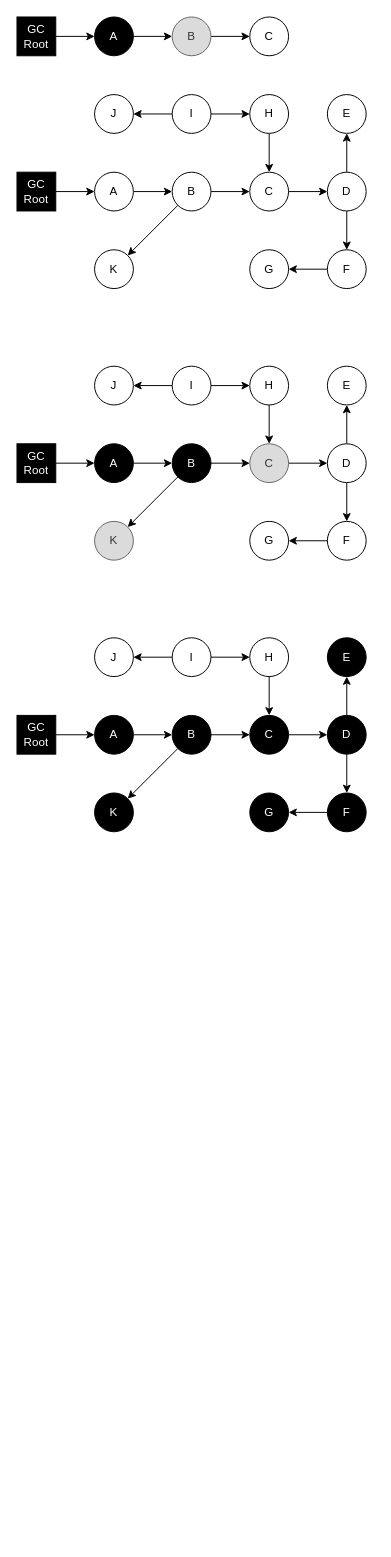
The draw.io diagram 并发的可达性分析/并发的可达性分析.drawio in zero-97/picture-of-the-article, before the edit. Source tidied: cells renumbered, new cells numbered last; positions are measured from the earlier drawing's top-left corner, leaving out a move shared by most shapes. Both pictures are drawn from the tidied source at 97%, with x=0, y=0 at pixel (16, 16).
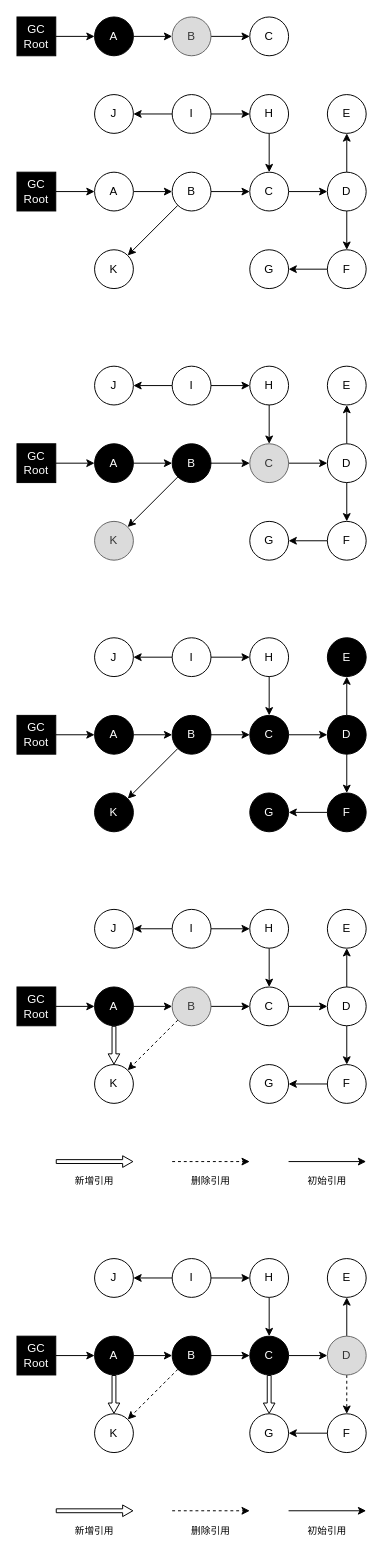
After the change.

Commit message (it also covers changes not shown here):
Update 并发的可达性分析.drawio

Diff of the diagram source:
```diff
@@
+    <mxCell id="78" style="edgeStyle=orthogonalEdgeStyle;rounded=0;jettySize=auto;html=1;" parent="1" edge="1" source="79" target="82">
+      <mxGeometry relative="1" as="geometry" />
+    </mxCell>
+    <mxCell id="79" value="&lt;font color=&quot;#ffffff&quot;&gt;GC Root&lt;/font&gt;" style="whiteSpace=wrap;html=1;fillColor=#000000;" parent="1" vertex="1">
+      <mxGeometry y="1000" width="40" height="40" as="geometry" />
+    </mxCell>
+    <mxCell id="80" style="edgeStyle=orthogonalEdgeStyle;jettySize=auto;html=1;fontColor=#FFFFFF;fontSize=12;fillColor=#000000;" parent="1" edge="1" source="82" target="85">
+      <mxGeometry relative="1" as="geometry" />
+    </mxCell>
+    <mxCell id="81" style="edgeStyle=none;rounded=0;jettySize=auto;html=1;fontColor=#FFFFFF;shape=flexArrow;width=4;endSize=3.186666666666667;endWidth=7;" parent="1" edge="1" source="82" target="95">
+      <mxGeometry relative="1" as="geometry" />
+    </mxCell>
+    <mxCell id="82" value="&lt;font&gt;A&lt;/font&gt;" style="ellipse;whiteSpace=wrap;html=1;fontColor=#FFFFFF;fillColor=#000000;" parent="1" vertex="1">
+      <mxGeometry x="80" y="1000" width="40" height="40" as="geometry" />
+    </mxCell>
+    <mxCell id="83" style="edgeStyle=orthogonalEdgeStyle;rounded=0;jettySize=auto;html=1;fontColor=#000000;" parent="1" edge="1" source="85" target="87">
+      <mxGeometry relative="1" as="geometry" />
+    </mxCell>
+    <mxCell id="84" style="rounded=0;jettySize=auto;html=1;entryX=1;entryY=0;entryDx=0;entryDy=0;fontColor=#000000;dashed=1;" parent="1" edge="1" source="85" target="95">
+      <mxGeometry relative="1" as="geometry" />
+    </mxCell>
+    <mxCell id="85" value="&lt;font&gt;B&lt;/font&gt;" style="ellipse;whiteSpace=wrap;html=1;fontColor=#333333;fillColor=#DBDBDB;strokeColor=#666666;" parent="1" vertex="1">
+      <mxGeometry x="160" y="1000" width="40" height="40" as="geometry" />
+    </mxCell>
+    <mxCell id="86" style="edgeStyle=orthogonalEdgeStyle;jettySize=auto;html=1;fontColor=#000000;fontSize=12;fillColor=#ffffff;" parent="1" edge="1" source="87" target="90">
+      <mxGeometry relative="1" as="geometry" />
+    </mxCell>
+    <mxCell id="87" value="&lt;font&gt;C&lt;/font&gt;" style="ellipse;whiteSpace=wrap;html=1;fontColor=#000000;strokeColor=#000000;fillColor=#ffffff;" parent="1" vertex="1">
+      <mxGeometry x="240" y="1000" width="40" height="40" as="geometry" />
+    </mxCell>
+    <mxCell id="88" style="edgeStyle=orthogonalEdgeStyle;jettySize=auto;html=1;fontColor=#000000;fontSize=12;fillColor=#ffffff;" parent="1" edge="1" source="90" target="91">
+      <mxGeometry relative="1" as="geometry" />
+    </mxCell>
+    <mxCell id="89" style="edgeStyle=orthogonalEdgeStyle;jettySize=auto;html=1;fontColor=#000000;fontSize=12;fillColor=#ffffff;" parent="1" edge="1" source="90" target="93">
+      <mxGeometry relative="1" as="geometry" />
+    </mxCell>
+    <mxCell id="90" value="&lt;font&gt;D&lt;/font&gt;" style="ellipse;whiteSpace=wrap;html=1;fontColor=#000000;fillColor=#ffffff;" parent="1" vertex="1">
+      <mxGeometry x="320" y="1000" width="40" height="40" as="geometry" />
+    </mxCell>
+    <mxCell id="91" value="&lt;font&gt;E&lt;/font&gt;" style="ellipse;whiteSpace=wrap;html=1;fontColor=#000000;fillColor=#ffffff;" parent="1" vertex="1">
+      <mxGeometry x="320" y="920" width="40" height="40" as="geometry" />
+    </mxCell>
+    <mxCell id="92" style="edgeStyle=orthogonalEdgeStyle;jettySize=auto;html=1;fontColor=#000000;fontSize=12;fillColor=#ffffff;" parent="1" edge="1" source="93" target="94">
+      <mxGeometry relative="1" as="geometry" />
+    </mxCell>
+    <mxCell id="93" value="&lt;font&gt;F&lt;/font&gt;" style="ellipse;whiteSpace=wrap;html=1;fontColor=#000000;fillColor=#ffffff;" parent="1" vertex="1">
+      <mxGeometry x="320" y="1080" width="40" height="40" as="geometry" />
+    </mxCell>
+    <mxCell id="94" value="&lt;font&gt;G&lt;/font&gt;" style="ellipse;whiteSpace=wrap;html=1;fontColor=#000000;fillColor=#ffffff;" parent="1" vertex="1">
+      <mxGeometry x="240" y="1080" width="40" height="40" as="geometry" />
+    </mxCell>
+    <mxCell id="95" value="&lt;font&gt;K&lt;/font&gt;" style="ellipse;whiteSpace=wrap;html=1;fontColor=#000000;strokeColor=#000000;fillColor=#ffffff;" parent="1" vertex="1">
+      <mxGeometry x="80" y="1080" width="40" height="40" as="geometry" />
+    </mxCell>
+    <mxCell id="96" style="edgeStyle=none;jettySize=auto;html=1;fontColor=#000000;fontSize=12;fillColor=#ffffff;" parent="1" edge="1" source="97" target="87">
+      <mxGeometry relative="1" as="geometry" />
+    </mxCell>
+    <mxCell id="97" value="H" style="ellipse;whiteSpace=wrap;html=1;fontColor=#000000;" parent="1" vertex="1">
+      <mxGeometry x="240" y="920" width="40" height="40" as="geometry" />
+    </mxCell>
+    <mxCell id="98" style="edgeStyle=none;rounded=0;jettySize=auto;html=1;fontColor=#000000;" parent="1" edge="1" source="100" target="101">
+      <mxGeometry relative="1" as="geometry" />
+    </mxCell>
+    <mxCell id="99" style="edgeStyle=none;rounded=0;jettySize=auto;html=1;fontColor=#000000;" parent="1" edge="1" source="100" target="97">
+      <mxGeometry relative="1" as="geometry" />
+    </mxCell>
+    <mxCell id="100" value="I" style="ellipse;whiteSpace=wrap;html=1;fontColor=#000000;" parent="1" vertex="1">
+      <mxGeometry x="160" y="920" width="40" height="40" as="geometry" />
+    </mxCell>
+    <mxCell id="101" value="J" style="ellipse;whiteSpace=wrap;html=1;fontColor=#000000;" parent="1" vertex="1">
+      <mxGeometry x="80" y="920" width="40" height="40" as="geometry" />
+    </mxCell>
+    <mxCell id="102" style="group;" parent="1" vertex="1">
+      <mxGeometry x="40" y="1180" width="80" height="30" as="geometry" />
+    </mxCell>
+    <mxCell id="103" style="edgeStyle=none;rounded=0;orthogonalLoop=1;jettySize=auto;html=1;fontColor=#FFFFFF;shape=flexArrow;width=4;endSize=3.186666666666667;endWidth=7;" parent="102" edge="1">
+      <mxGeometry relative="1" as="geometry">
+        <mxPoint as="sourcePoint" />
+        <mxPoint x="80" as="targetPoint" />
+      </mxGeometry>
+    </mxCell>
+    <mxCell id="104" value="&lt;font color=&quot;#000000&quot; style=&quot;font-size: 10px&quot;&gt;新增引用&lt;/font&gt;" style="text;html=1;strokeColor=none;fillColor=none;align=center;verticalAlign=middle;whiteSpace=wrap;rounded=0;fontColor=#FFFFFF;" parent="102" vertex="1">
+      <mxGeometry x="10" y="10" width="60" height="20" as="geometry" />
+    </mxCell>
+    <mxCell id="105" style="group;" parent="1" vertex="1">
+      <mxGeometry x="160" y="1180" width="80" height="30" as="geometry" />
+    </mxCell>
+    <mxCell id="106" style="rounded=0;orthogonalLoop=1;jettySize=auto;html=1;fontColor=#000000;dashed=1;" parent="105" edge="1">
+      <mxGeometry relative="1" as="geometry">
+        <mxPoint as="sourcePoint" />
+        <mxPoint x="80" as="targetPoint" />
+      </mxGeometry>
+    </mxCell>
+    <mxCell id="107" value="&lt;font color=&quot;#000000&quot; style=&quot;font-size: 10px&quot;&gt;删除引用&lt;/font&gt;" style="text;html=1;strokeColor=none;fillColor=none;align=center;verticalAlign=middle;whiteSpace=wrap;rounded=0;fontColor=#FFFFFF;" parent="105" vertex="1">
+      <mxGeometry x="10" y="10" width="60" height="20" as="geometry" />
+    </mxCell>
+    <mxCell id="108" style="group;" parent="1" vertex="1">
+      <mxGeometry x="280" y="1180" width="80" height="30" as="geometry" />
+    </mxCell>
+    <mxCell id="109" style="edgeStyle=orthogonalEdgeStyle;orthogonalLoop=1;jettySize=auto;html=1;fontColor=#FFFFFF;fontSize=12;fillColor=#000000;" parent="108" edge="1">
+      <mxGeometry relative="1" as="geometry">
+        <mxPoint as="sourcePoint" />
+        <mxPoint x="80" as="targetPoint" />
+      </mxGeometry>
+    </mxCell>
+    <mxCell id="110" value="&lt;font color=&quot;#000000&quot; style=&quot;font-size: 10px&quot;&gt;初始引用&lt;/font&gt;" style="text;html=1;strokeColor=none;fillColor=none;align=center;verticalAlign=middle;whiteSpace=wrap;rounded=0;fontColor=#FFFFFF;" parent="108" vertex="1">
+      <mxGeometry x="10" y="10" width="60" height="20" as="geometry" />
+    </mxCell>
+    <mxCell id="111" style="edgeStyle=orthogonalEdgeStyle;rounded=0;jettySize=auto;html=1;" parent="1" edge="1" source="112" target="115">
+      <mxGeometry relative="1" as="geometry" />
+    </mxCell>
+    <mxCell id="112" value="&lt;font color=&quot;#ffffff&quot;&gt;GC Root&lt;/font&gt;" style="whiteSpace=wrap;html=1;fillColor=#000000;" parent="1" vertex="1">
+      <mxGeometry y="1360" width="40" height="40" as="geometry" />
+    </mxCell>
+    <mxCell id="113" style="edgeStyle=orthogonalEdgeStyle;jettySize=auto;html=1;fontColor=#FFFFFF;fontSize=12;fillColor=#000000;" parent="1" edge="1" source="115" target="118">
+      <mxGeometry relative="1" as="geometry" />
+    </mxCell>
+    <mxCell id="114" style="edgeStyle=none;rounded=0;jettySize=auto;html=1;fontColor=#FFFFFF;shape=flexArrow;width=4;endSize=3.186666666666667;endWidth=7;" parent="1" edge="1" source="115" target="128">
+      <mxGeometry relative="1" as="geometry" />
+    </mxCell>
+    <mxCell id="115" value="&lt;font&gt;A&lt;/font&gt;" style="ellipse;whiteSpace=wrap;html=1;fontColor=#FFFFFF;fillColor=#000000;" parent="1" vertex="1">
+      <mxGeometry x="80" y="1360" width="40" height="40" as="geometry" />
+    </mxCell>
+    <mxCell id="116" style="edgeStyle=orthogonalEdgeStyle;jettySize=auto;html=1;fontColor=#FFFFFF;fontSize=12;fillColor=#000000;" parent="1" edge="1" source="118" target="120">
+      <mxGeometry relative="1" as="geometry" />
+    </mxCell>
+    <mxCell id="117" style="rounded=0;jettySize=auto;html=1;entryX=1;entryY=0;entryDx=0;entryDy=0;fontColor=#000000;dashed=1;" parent="1" edge="1" source="118" target="128">
+      <mxGeometry relative="1" as="geometry" />
+    </mxCell>
+    <mxCell id="118" value="&lt;font&gt;B&lt;/font&gt;" style="ellipse;whiteSpace=wrap;html=1;fontColor=#FFFFFF;fillColor=#000000;strokeColor=#000000;" parent="1" vertex="1">
+      <mxGeometry x="160" y="1360" width="40" height="40" as="geometry" />
+    </mxCell>
+    <mxCell id="119" style="edgeStyle=orthogonalEdgeStyle;jettySize=auto;html=1;fontColor=#000000;fontSize=12;fillColor=#ffffff;" parent="1" edge="1" source="120" target="123">
+      <mxGeometry relative="1" as="geometry" />
+    </mxCell>
+    <mxCell id="120" value="&lt;font&gt;C&lt;/font&gt;" style="ellipse;whiteSpace=wrap;html=1;fontColor=#FFFFFF;strokeColor=#000000;fillColor=#000000;" parent="1" vertex="1">
+      <mxGeometry x="240" y="1360" width="40" height="40" as="geometry" />
+    </mxCell>
+    <mxCell id="121" style="edgeStyle=orthogonalEdgeStyle;jettySize=auto;html=1;fontColor=#000000;fontSize=12;fillColor=#ffffff;" parent="1" edge="1" source="123" target="124">
+      <mxGeometry relative="1" as="geometry" />
+    </mxCell>
+    <mxCell id="122" style="edgeStyle=orthogonalEdgeStyle;jettySize=auto;html=1;fontColor=#000000;fontSize=12;fillColor=#ffffff;dashed=1;" parent="1" edge="1" source="123" target="126">
+      <mxGeometry relative="1" as="geometry" />
+    </mxCell>
+    <mxCell id="123" value="&lt;font&gt;D&lt;/font&gt;" style="ellipse;whiteSpace=wrap;html=1;fontColor=#333333;fillColor=#DBDBDB;strokeColor=#666666;" parent="1" vertex="1">
+      <mxGeometry x="320" y="1360" width="40" height="40" as="geometry" />
+    </mxCell>
+    <mxCell id="124" value="&lt;font&gt;E&lt;/font&gt;" style="ellipse;whiteSpace=wrap;html=1;fontColor=#000000;fillColor=#ffffff;" parent="1" vertex="1">
+      <mxGeometry x="320" y="1280" width="40" height="40" as="geometry" />
+    </mxCell>
+    <mxCell id="125" style="edgeStyle=orthogonalEdgeStyle;jettySize=auto;html=1;fontColor=#000000;fontSize=12;fillColor=#ffffff;" parent="1" edge="1" source="126" target="127">
+      <mxGeometry relative="1" as="geometry" />
+    </mxCell>
+    <mxCell id="126" value="&lt;font&gt;F&lt;/font&gt;" style="ellipse;whiteSpace=wrap;html=1;fontColor=#000000;fillColor=#ffffff;" parent="1" vertex="1">
+      <mxGeometry x="320" y="1440" width="40" height="40" as="geometry" />
+    </mxCell>
+    <mxCell id="127" value="&lt;font&gt;G&lt;/font&gt;" style="ellipse;whiteSpace=wrap;html=1;fontColor=#000000;fillColor=#ffffff;" parent="1" vertex="1">
+      <mxGeometry x="240" y="1440" width="40" height="40" as="geometry" />
+    </mxCell>
+    <mxCell id="128" value="&lt;font&gt;K&lt;/font&gt;" style="ellipse;whiteSpace=wrap;html=1;fontColor=#000000;strokeColor=#000000;fillColor=#ffffff;" parent="1" vertex="1">
+      <mxGeometry x="80" y="1440" width="40" height="40" as="geometry" />
+    </mxCell>
+    <mxCell id="129" style="edgeStyle=none;jettySize=auto;html=1;fontColor=#000000;fontSize=12;fillColor=#ffffff;" parent="1" edge="1" source="130" target="120">
+      <mxGeometry relative="1" as="geometry" />
+    </mxCell>
+    <mxCell id="130" value="H" style="ellipse;whiteSpace=wrap;html=1;fontColor=#000000;" parent="1" vertex="1">
+      <mxGeometry x="240" y="1280" width="40" height="40" as="geometry" />
+    </mxCell>
+    <mxCell id="131" style="edgeStyle=none;rounded=0;jettySize=auto;html=1;fontColor=#000000;" parent="1" edge="1" source="133" target="134">
+      <mxGeometry relative="1" as="geometry" />
+    </mxCell>
+    <mxCell id="132" style="edgeStyle=none;rounded=0;jettySize=auto;html=1;fontColor=#000000;" parent="1" edge="1" source="133" target="130">
+      <mxGeometry relative="1" as="geometry" />
+    </mxCell>
+    <mxCell id="133" value="I" style="ellipse;whiteSpace=wrap;html=1;fontColor=#000000;" parent="1" vertex="1">
+      <mxGeometry x="160" y="1280" width="40" height="40" as="geometry" />
+    </mxCell>
+    <mxCell id="134" value="J" style="ellipse;whiteSpace=wrap;html=1;fontColor=#000000;" parent="1" vertex="1">
+      <mxGeometry x="80" y="1280" width="40" height="40" as="geometry" />
+    </mxCell>
+    <mxCell id="135" style="group;" parent="1" vertex="1">
+      <mxGeometry x="40" y="1540" width="80" height="30" as="geometry" />
+    </mxCell>
+    <mxCell id="136" style="edgeStyle=none;rounded=0;orthogonalLoop=1;jettySize=auto;html=1;fontColor=#FFFFFF;shape=flexArrow;width=4;endSize=3.186666666666667;endWidth=7;" parent="135" edge="1">
+      <mxGeometry relative="1" as="geometry">
+        <mxPoint as="sourcePoint" />
+        <mxPoint x="80" as="targetPoint" />
+      </mxGeometry>
+    </mxCell>
+    <mxCell id="137" value="&lt;font color=&quot;#000000&quot; style=&quot;font-size: 10px&quot;&gt;新增引用&lt;/font&gt;" style="text;html=1;strokeColor=none;fillColor=none;align=center;verticalAlign=middle;whiteSpace=wrap;rounded=0;fontColor=#FFFFFF;" parent="135" vertex="1">
+      <mxGeometry x="10" y="10" width="60" height="20" as="geometry" />
+    </mxCell>
+    <mxCell id="138" style="group;" parent="1" vertex="1">
+      <mxGeometry x="160" y="1540" width="80" height="30" as="geometry" />
+    </mxCell>
+    <mxCell id="139" style="rounded=0;orthogonalLoop=1;jettySize=auto;html=1;fontColor=#000000;dashed=1;" parent="138" edge="1">
+      <mxGeometry relative="1" as="geometry">
+        <mxPoint as="sourcePoint" />
+        <mxPoint x="80" as="targetPoint" />
+      </mxGeometry>
+    </mxCell>
+    <mxCell id="140" value="&lt;font color=&quot;#000000&quot; style=&quot;font-size: 10px&quot;&gt;删除引用&lt;/font&gt;" style="text;html=1;strokeColor=none;fillColor=none;align=center;verticalAlign=middle;whiteSpace=wrap;rounded=0;fontColor=#FFFFFF;" parent="138" vertex="1">
+      <mxGeometry x="10" y="10" width="60" height="20" as="geometry" />
+    </mxCell>
+    <mxCell id="141" style="group;" parent="1" vertex="1">
+      <mxGeometry x="280" y="1540" width="80" height="30" as="geometry" />
+    </mxCell>
+    <mxCell id="142" style="edgeStyle=orthogonalEdgeStyle;orthogonalLoop=1;jettySize=auto;html=1;fontColor=#FFFFFF;fontSize=12;fillColor=#000000;" parent="141" edge="1">
+      <mxGeometry relative="1" as="geometry">
+        <mxPoint as="sourcePoint" />
+        <mxPoint x="80" as="targetPoint" />
+      </mxGeometry>
+    </mxCell>
+    <mxCell id="143" value="&lt;font color=&quot;#000000&quot; style=&quot;font-size: 10px&quot;&gt;初始引用&lt;/font&gt;" style="text;html=1;strokeColor=none;fillColor=none;align=center;verticalAlign=middle;whiteSpace=wrap;rounded=0;fontColor=#FFFFFF;" parent="141" vertex="1">
+      <mxGeometry x="10" y="10" width="60" height="20" as="geometry" />
+    </mxCell>
+    <mxCell id="144" style="edgeStyle=none;rounded=0;jettySize=auto;html=1;fontColor=#FFFFFF;shape=flexArrow;width=4;endSize=3.186666666666667;endWidth=7;exitX=0.5;exitY=1;exitDx=0;exitDy=0;" parent="1" edge="1" source="120" target="127">
+      <mxGeometry relative="1" as="geometry" />
+    </mxCell>
```
